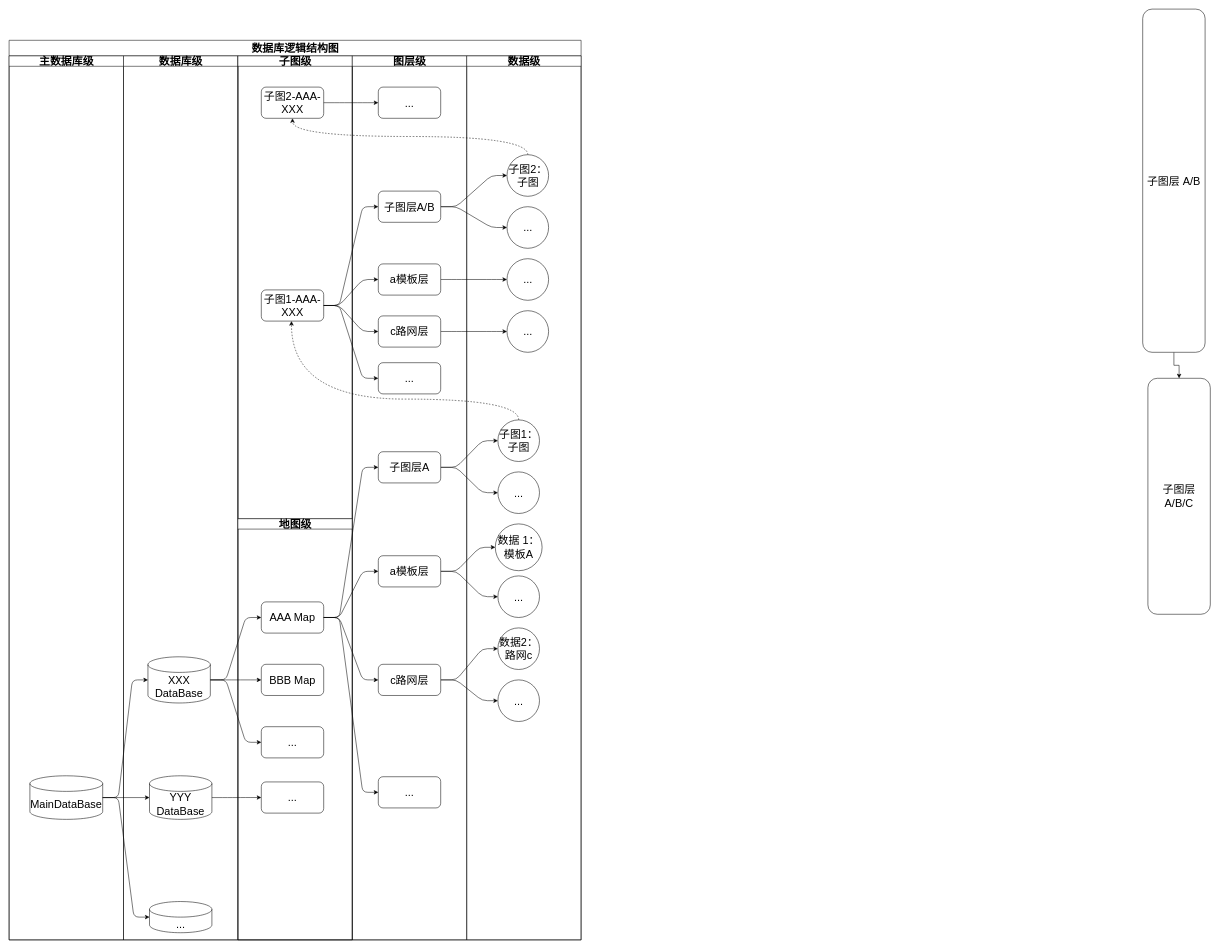
This is page "数据库逻辑结构" (3 of 8) of 地理数据库架构图.drawio from MuLeiSY2021/RisegerDB, a draw.io file, before an edit. Source tidied: cells renumbered, new cells numbered last; positions are measured from the earlier drawing's top-left corner, leaving out a move shared by most shapes. Both pictures are drawn from the tidied source at 52%, with x=0, y=0 at pixel (9, 9).
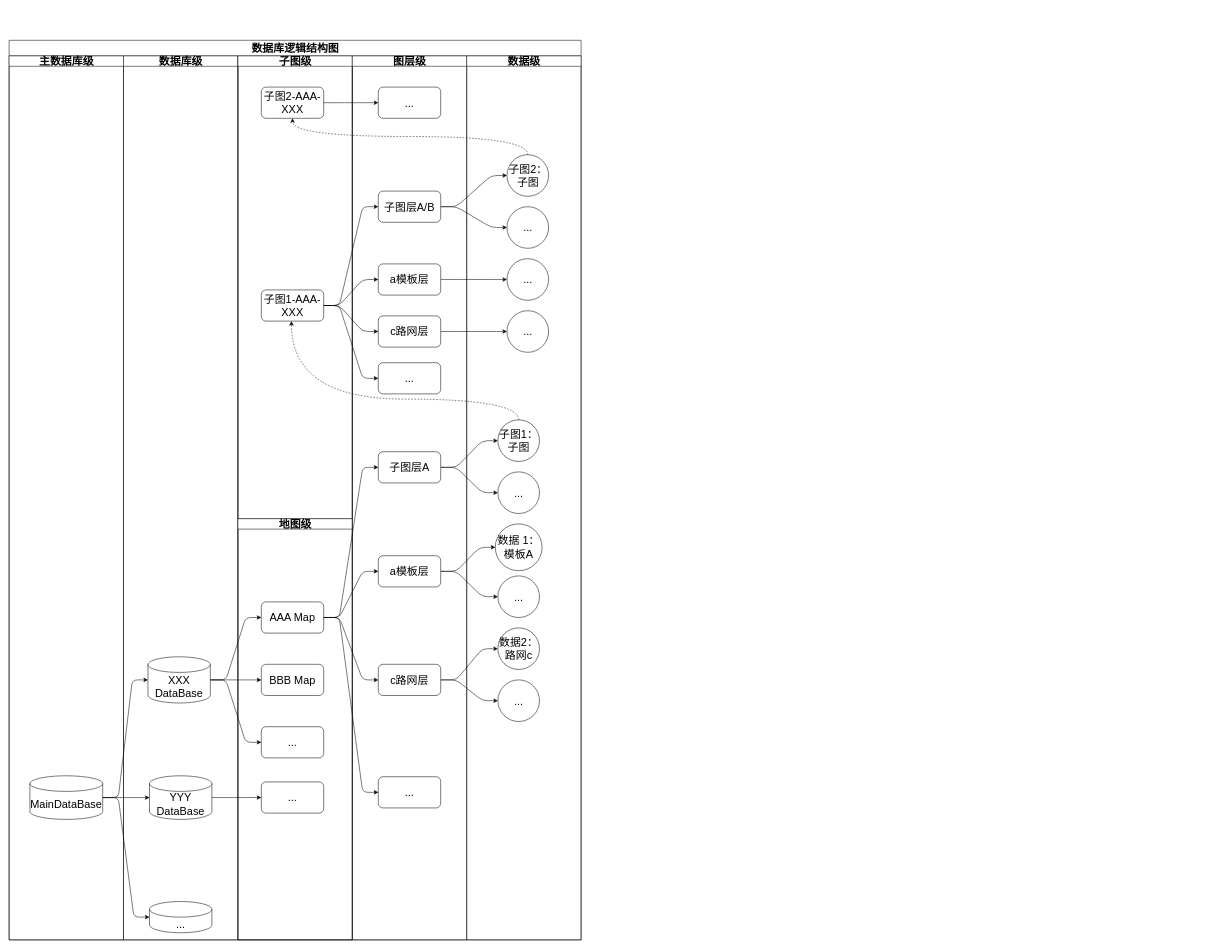
After the change.

The edit, as a diff of the source:
```diff
@@
-    <mxCell id="67" style="edgeStyle=orthogonalEdgeStyle;rounded=0;jettySize=auto;html=1;" parent="1" edge="1" source="68" target="69">
-      <mxGeometry relative="1" as="geometry" />
-    </mxCell>
-    <mxCell id="68" value="子图层 A/B" style="rounded=1;whiteSpace=wrap;html=1;fontFamily=Helvetica;fontSize=21;fontColor=default;" parent="1" vertex="1">
-      <mxGeometry x="2180" width="120" height="660" as="geometry" />
-    </mxCell>
-    <mxCell id="69" value="子图层 A/B/C" style="rounded=1;whiteSpace=wrap;html=1;fontFamily=Helvetica;fontSize=21;fontColor=default;" parent="1" vertex="1">
-      <mxGeometry x="2190" y="710" width="120" height="453.8" as="geometry" />
-    </mxCell>
```
